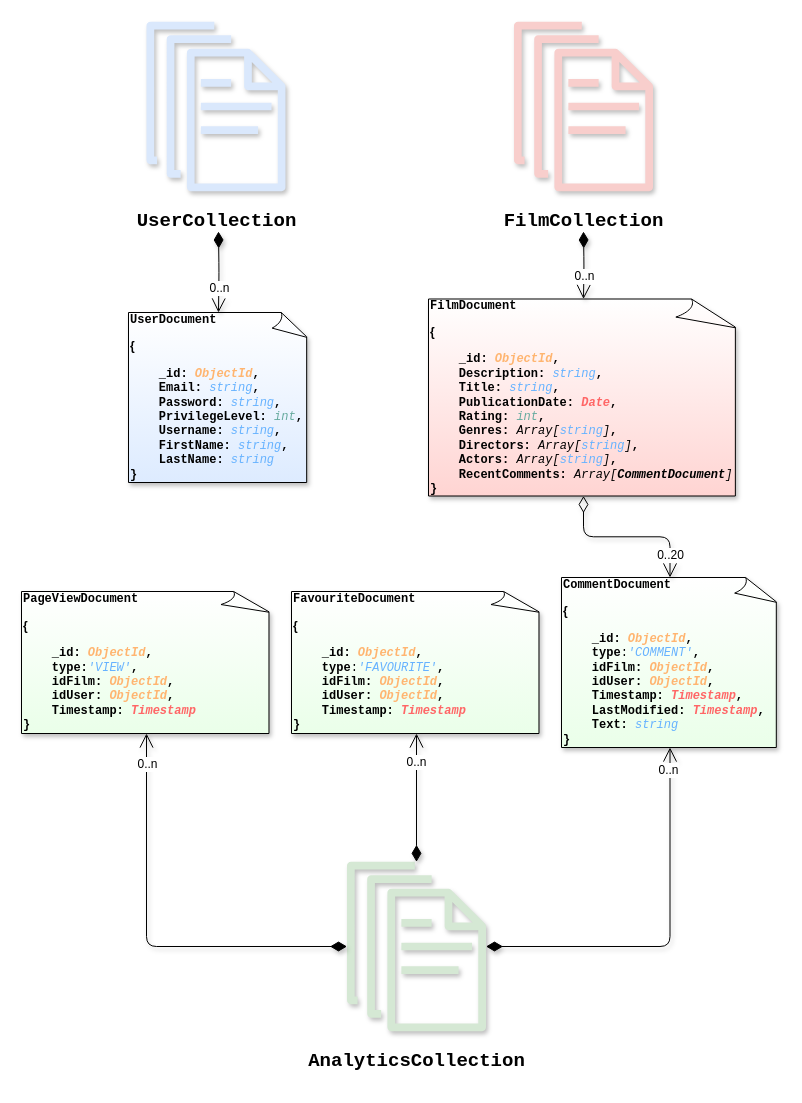
unipi-fr/LargeScaleMultiStructureDatabases keeps this draw.io diagram as Task2/Documentation/Diagrams/Data Model.drawio. Above is the earlier version. Source tidied: cells renumbered, new cells numbered last; positions are measured from the earlier drawing's top-left corner, leaving out a move shared by most shapes. Both pictures are drawn from the tidied source at 100%, with x=0, y=0 at pixel (21, 21).
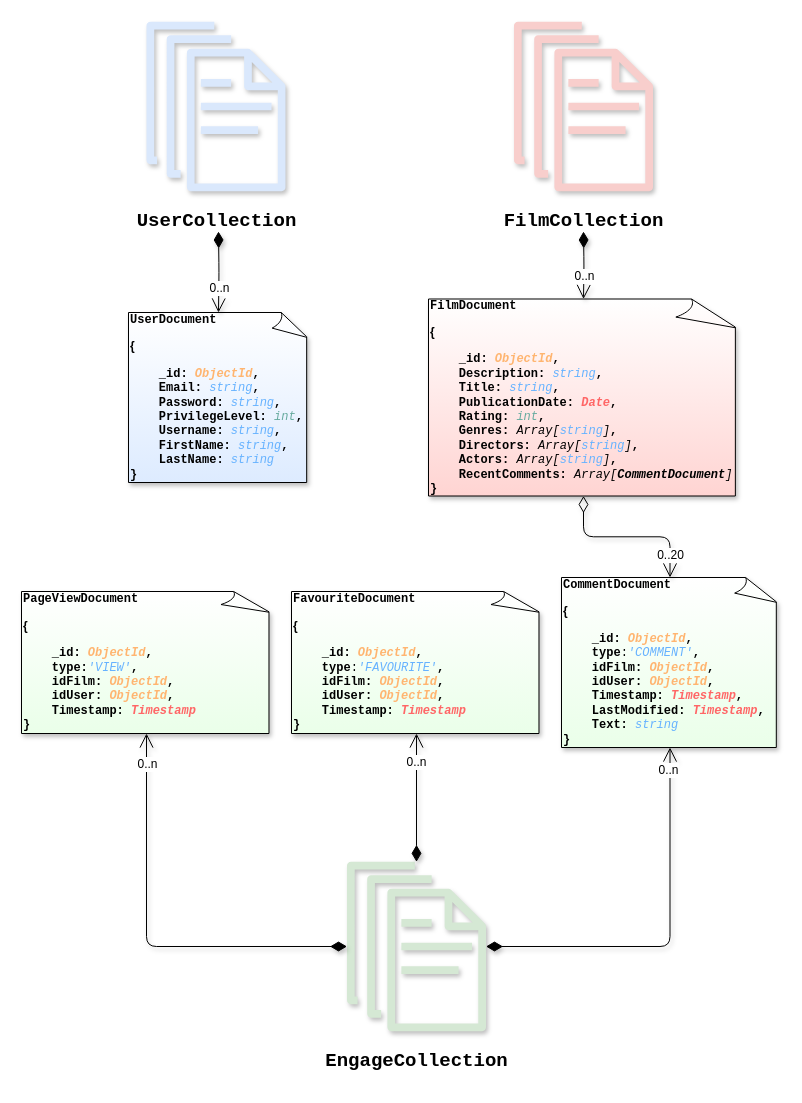
Above is the later version.

What changed in the source:
```diff
@@
-    <mxCell id="9" value="&lt;pre&gt;&lt;font style=&quot;font-size: 19px&quot;&gt;&lt;b&gt;AnalyticsCollection&lt;/b&gt;&lt;/font&gt;&lt;/pre&gt;" style="outlineConnect=0;dashed=0;verticalLabelPosition=bottom;verticalAlign=top;align=center;html=1;fontSize=12;fontStyle=0;shape=mxgraph.aws4.documents;fillColor=#d5e8d4;strokeColor=#82b366;shadow=1;" parent="1" vertex="1">
+    <mxCell id="9" value="&lt;pre&gt;&lt;font style=&quot;font-size: 19px&quot;&gt;&lt;b&gt;EngageCollection&lt;/b&gt;&lt;/font&gt;&lt;/pre&gt;" style="outlineConnect=0;dashed=0;verticalLabelPosition=bottom;verticalAlign=top;align=center;html=1;fontSize=12;fontStyle=0;shape=mxgraph.aws4.documents;fillColor=#d5e8d4;strokeColor=#82b366;shadow=1;" parent="1" vertex="1">
       <mxGeometry x="325.5" y="840" width="139" height="170" as="geometry" />
     </mxCell>
```
